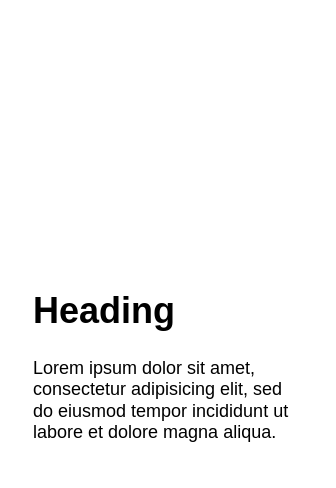
Before: page "ç¬¬ 1 é¡µ" (1 of 2) of 未命名表单.drawio in AdeleLin/sunrise, a draw.io diagram. Source tidied: cells renumbered, new cells numbered last; positions are measured from the earlier drawing's top-left corner, leaving out a move shared by most shapes. Both pictures are drawn from the tidied source at 150%, with x=0, y=0 at pixel (26, 280).
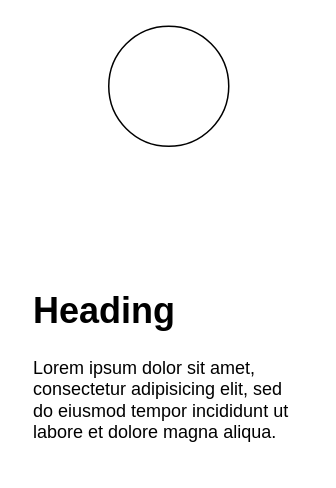
Above is the later version.

Commit message:
更新未命名表单.drawio

The edit, as a diff of the source:
```diff
@@
 <mxGraphModel>
   <root>
     <mxCell id="0" />
     <mxCell id="1" parent="0" />
     <mxCell id="2" value="&lt;h1&gt;Heading&lt;/h1&gt;&lt;p&gt;Lorem ipsum dolor sit amet, consectetur adipisicing elit, sed do eiusmod tempor incididunt ut labore et dolore magna aliqua.&lt;/p&gt;" style="text;html=1;strokeColor=none;fillColor=none;spacing=5;spacingTop=-20;whiteSpace=wrap;overflow=hidden;rounded=0;" parent="1" vertex="1">
       <mxGeometry width="190" height="120" as="geometry" />
     </mxCell>
+    <mxCell id="3" style="ellipse;whiteSpace=wrap;html=1;" parent="1" vertex="1">
+      <mxGeometry x="55" y="-170" width="80" height="80" as="geometry" />
+    </mxCell>
   </root>
 </mxGraphModel>
```
